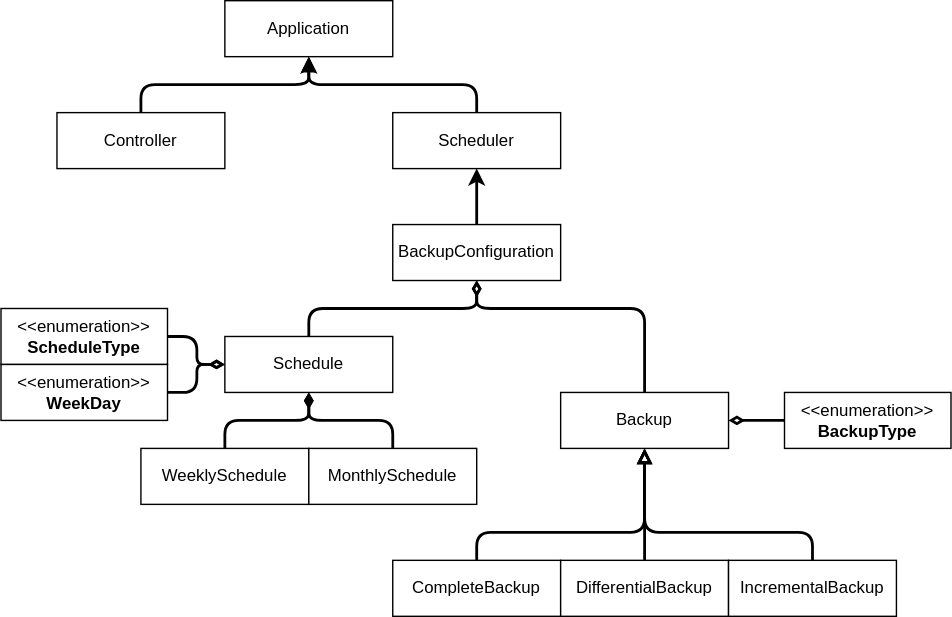
Before: diagrams/classes.drawio.svg, a diagram exported from draw.io (MickTK/BackupSystem). Source tidied: cells renumbered, new cells last; positions are measured from the earlier drawing's top-left corner, leaving out a move shared by most shapes.
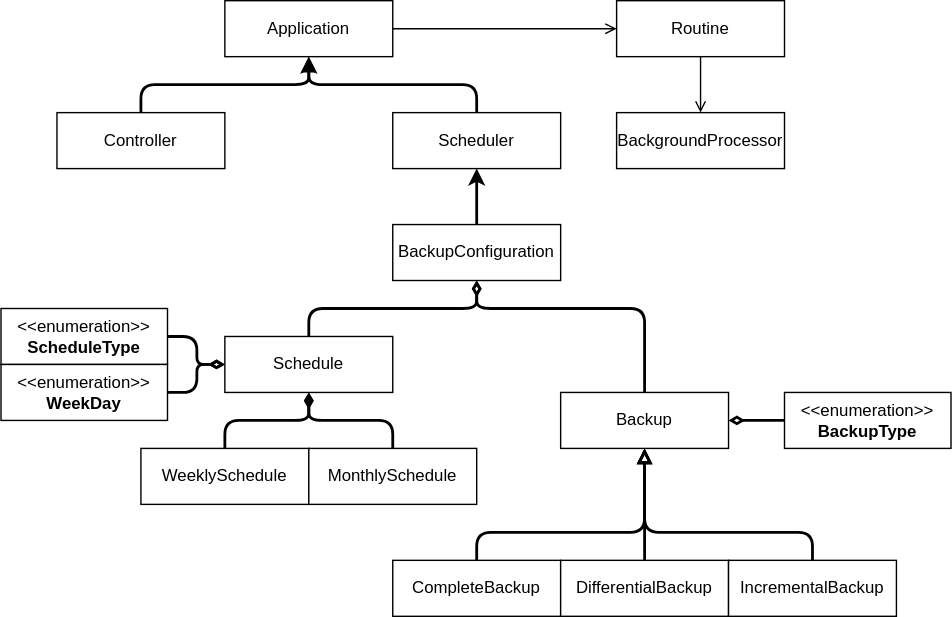
The same file after the commit.

The edit, as a diff of the source:
```diff
@@ -2,33 +2,6 @@
   <root>
     <mxCell id="0" />
     <mxCell id="1" parent="0" />
-    <mxCell id="2" style="endArrow=block;endSize=16;endFill=0;html=1;" parent="1" edge="1" target="x">
-      <mxGeometry relative="1" as="geometry">
-        <mxPoint x="720" y="51" as="sourcePoint" />
-        <Array as="points">
-          <mxPoint x="680" y="50" />
-          <mxPoint x="680" y="310" />
-        </Array>
-      </mxGeometry>
-    </mxCell>
-    <mxCell id="3" style="endArrow=block;endSize=16;endFill=0;html=1;" parent="1" edge="1" target="x">
-      <mxGeometry relative="1" as="geometry">
-        <mxPoint x="720" y="239" as="sourcePoint" />
-        <Array as="points">
-          <mxPoint x="680" y="239" />
-          <mxPoint x="680" y="310" />
-        </Array>
-      </mxGeometry>
-    </mxCell>
-    <mxCell id="4" style="endArrow=block;endSize=16;endFill=0;html=1;" parent="1" edge="1" target="x">
-      <mxGeometry relative="1" as="geometry">
-        <mxPoint x="720" y="459.2" as="sourcePoint" />
-        <Array as="points">
-          <mxPoint x="680" y="460" />
-          <mxPoint x="680" y="310" />
-        </Array>
-      </mxGeometry>
-    </mxCell>
     <mxCell id="5" style="edgeStyle=none;html=1;strokeWidth=2;endArrow=block;endFill=1;" parent="1" edge="1" source="6" target="7">
       <mxGeometry relative="1" as="geometry">
         <Array as="points">
@@ -79,6 +52,9 @@
         </Array>
       </mxGeometry>
     </mxCell>
+    <mxCell id="32" style="edgeStyle=none;html=1;endArrow=open;endFill=0;" parent="1" edge="1" source="7" target="34">
+      <mxGeometry relative="1" as="geometry" />
+    </mxCell>
     <mxCell id="15" value="Scheduler" style="whiteSpace=wrap;html=1;" parent="1" vertex="1">
       <mxGeometry x="280" y="80" width="120" height="40" as="geometry" />
     </mxCell>
@@ -160,5 +136,14 @@
     <mxCell id="31" value="MonthlySchedule" style="whiteSpace=wrap;html=1;" parent="1" vertex="1">
       <mxGeometry x="220" y="320" width="120" height="40" as="geometry" />
     </mxCell>
+    <mxCell id="33" style="edgeStyle=none;html=1;endArrow=open;endFill=0;" parent="1" edge="1" source="34" target="35">
+      <mxGeometry relative="1" as="geometry" />
+    </mxCell>
+    <mxCell id="34" value="Routine" style="whiteSpace=wrap;html=1;" parent="1" vertex="1">
+      <mxGeometry x="440" width="120" height="40" as="geometry" />
+    </mxCell>
+    <mxCell id="35" value="BackgroundProcessor" style="whiteSpace=wrap;html=1;" parent="1" vertex="1">
+      <mxGeometry x="440" y="80" width="120" height="40" as="geometry" />
+    </mxCell>
   </root>
 </mxGraphModel>
```
